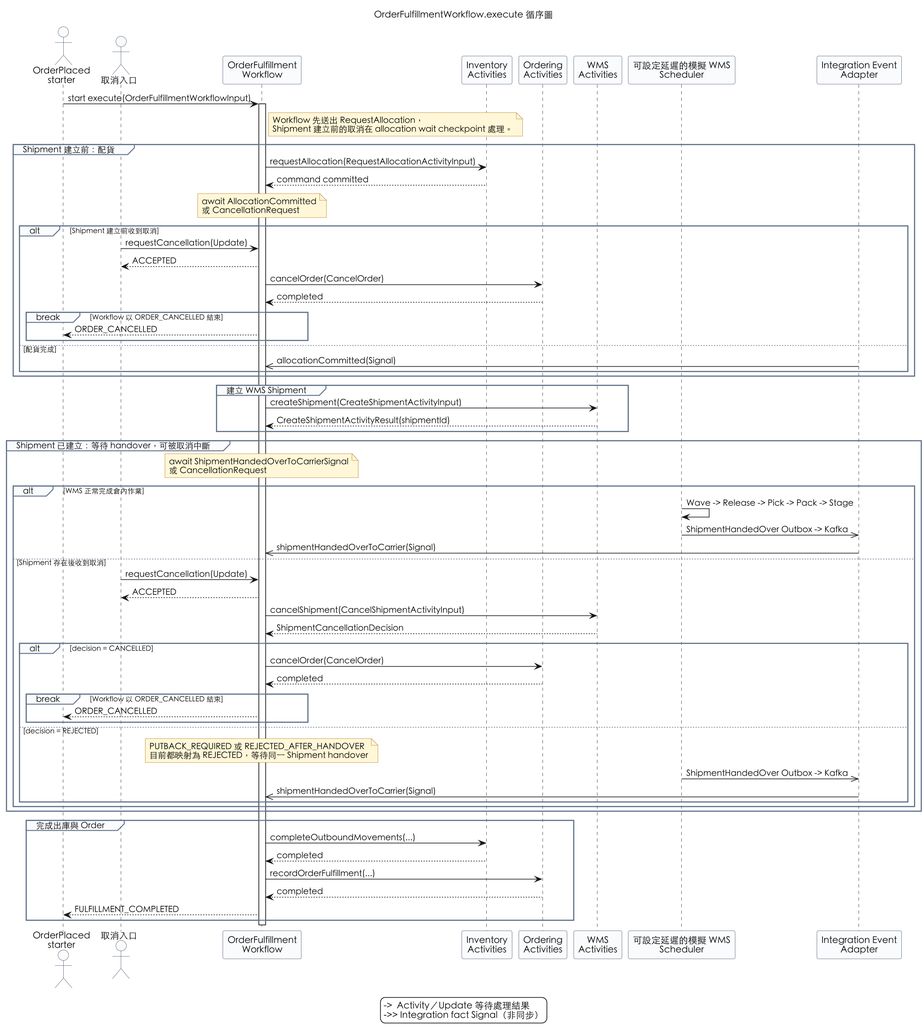
This is docs/order-fulfillment-process-execute-sequence.png from zhjiangexe/order-allocation-arch-demo, a PlantUML export, as it was before one commit.
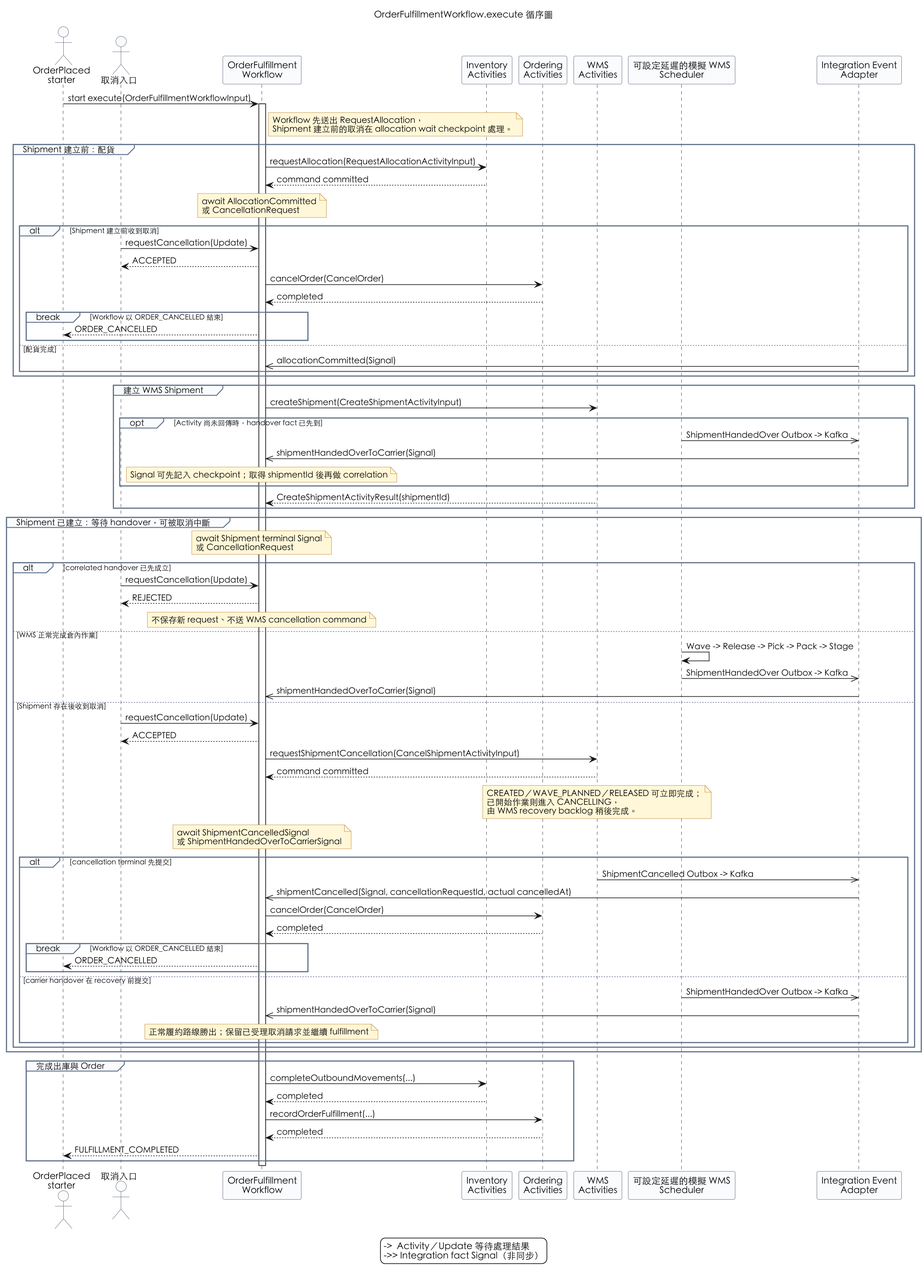
Above is the later version.

What changed in the source:
```diff
@@ -51,35 +51,49 @@
 
 group 建立 WMS Shipment
   WF -> WMS: createShipment(CreateShipmentActivityInput)
+  opt Activity 尚未回傳時，handover fact 已先到
+    SimWms ->> EventAdapter: ShipmentHandedOver Outbox -> Kafka
+    EventAdapter ->> WF: shipmentHandedOverToCarrier(Signal)
+    note over WF: Signal 可先記入 checkpoint；取得 shipmentId 後再做 correlation
+  end
   WMS --> WF: CreateShipmentActivityResult(shipmentId)
 end
 
 group Shipment 已建立：等待 handover，可被取消中斷
-  note over WF: await ShipmentHandedOverToCarrierSignal\n或 CancellationRequest
+  note over WF: await Shipment terminal Signal\n或 CancellationRequest
 
-  alt WMS 正常完成倉內作業
+  alt correlated handover 已先成立
+    CancelClient -> WF: requestCancellation(Update)
+    WF --> CancelClient: REJECTED
+    note over WF: 不保存新 request、不送 WMS cancellation command
+  else WMS 正常完成倉內作業
     SimWms -> SimWms: Wave -> Release -> Pick -> Pack -> Stage
     SimWms ->> EventAdapter: ShipmentHandedOver Outbox -> Kafka
     EventAdapter ->> WF: shipmentHandedOverToCarrier(Signal)
   else Shipment 存在後收到取消
     CancelClient -> WF: requestCancellation(Update)
     WF --> CancelClient: ACCEPTED
-    WF -> WMS: cancelShipment(CancelShipmentActivityInput)
-    WMS --> WF: ShipmentCancellationDecision
+    WF -> WMS: requestShipmentCancellation(CancelShipmentActivityInput)
+    WMS --> WF: command committed
+    note over WMS
+      CREATED／WAVE_PLANNED／RELEASED 可立即完成；
+      已開始作業則進入 CANCELLING，
+      由 WMS recovery backlog 稍後完成。
+    end note
+    note over WF: await ShipmentCancelledSignal\n或 ShipmentHandedOverToCarrierSignal
 
-    alt decision = CANCELLED
+    alt cancellation terminal 先提交
+      WMS ->> EventAdapter: ShipmentCancelled Outbox -> Kafka
+      EventAdapter ->> WF: shipmentCancelled(Signal, cancellationRequestId, actual cancelledAt)
       WF -> ORD: cancelOrder(CancelOrder)
       ORD --> WF: completed
       break Workflow 以 ORDER_CANCELLED 結束
         WF --> Starter: ORDER_CANCELLED
       end
-    else decision = REJECTED
-      note over WF
-        PUTBACK_REQUIRED 或 REJECTED_AFTER_HANDOVER
-        目前都映射為 REJECTED，等待同一 Shipment handover
-      end note
+    else carrier handover 在 recovery 前提交
       SimWms ->> EventAdapter: ShipmentHandedOver Outbox -> Kafka
       EventAdapter ->> WF: shipmentHandedOverToCarrier(Signal)
+      note over WF: 正常履約路線勝出；保留已受理取消請求並繼續 fulfillment
     end
   end
 end
```
